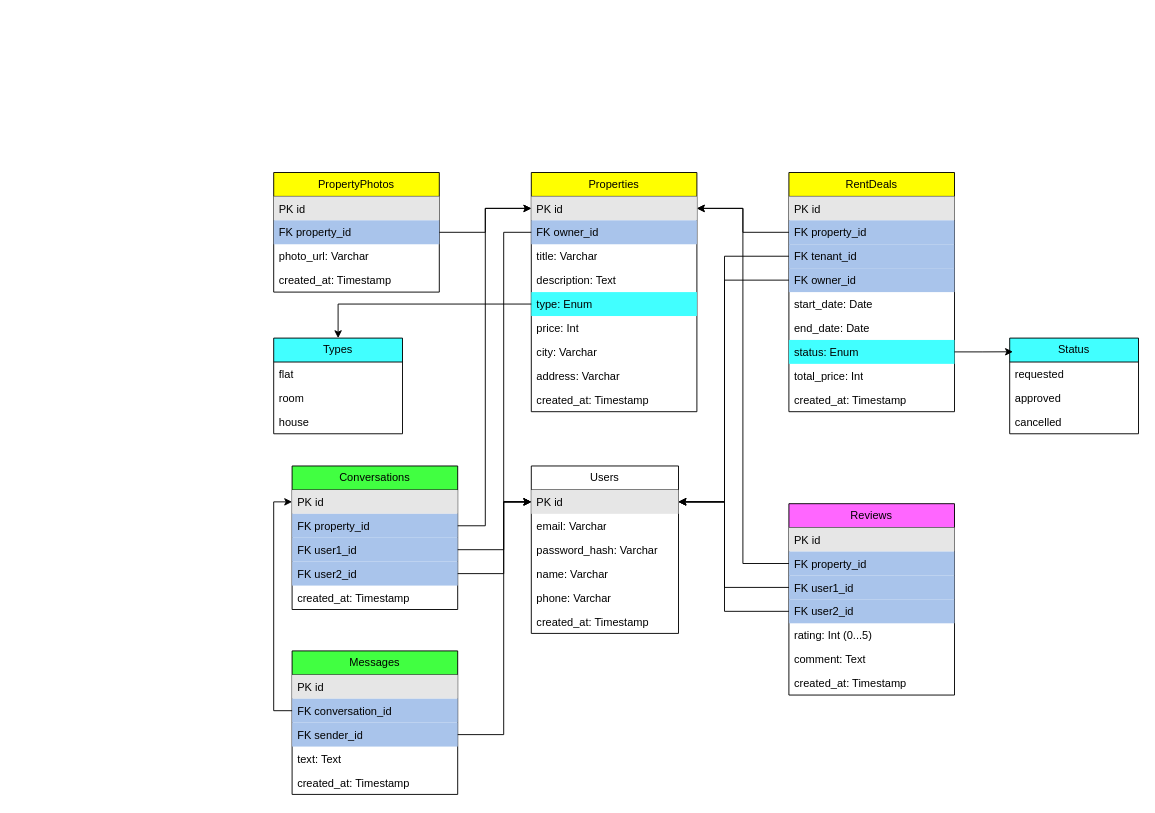
The draw.io diagram БР2.2/Зарецкий Юрий/homeworks/hw1/БР-БД.drawio in DianaKlapneva/ITMO-ACS-Backend-2026-C, before the edit. Source tidied: cells renumbered, new cells numbered last; positions are measured from the earlier drawing's top-left corner, leaving out a move shared by most shapes. Both pictures are drawn from the tidied source at 92%, with x=0, y=0 at pixel (273, 172).
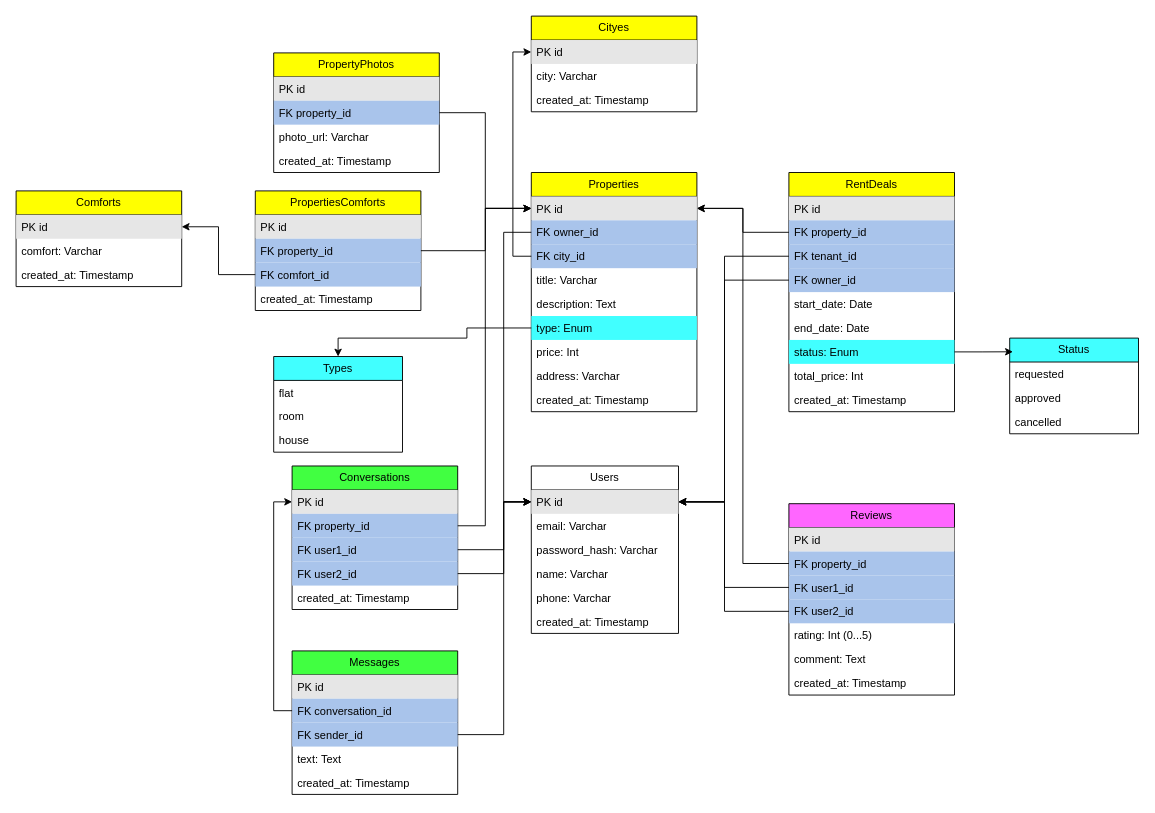
The same diagram, later.

Commit message (it also covers changes not shown here):
feat: Добавление таблиц городов и удобств

Unchanged cells that the change refers to:
```xml
<mxCell id="9" value="Properties" style="swimlane;fontStyle=0;horizontal=1;startSize=26;fillColor=#FFFF00;whiteSpace=wrap;html=1;" parent="1" vertex="1">
  <mxGeometry x="280" width="180" height="260" as="geometry" />
</mxCell>
<mxCell id="10" value="PK id" style="text;strokeColor=none;fillColor=#E6E6E6;align=left;verticalAlign=top;spacingLeft=4;spacingRight=4;overflow=hidden;points=[[0,0.5],[1,0.5]];portConstraint=eastwest;whiteSpace=wrap;html=1;" parent="9" vertex="1">
  <mxGeometry y="26" width="180" height="26" as="geometry" />
</mxCell>
```

The edit, as a diff of the source:
```diff
@@
+    <mxCell id="16" value="FK city_id" style="text;strokeColor=none;fillColor=#A9C4EB;align=left;verticalAlign=top;spacingLeft=4;spacingRight=4;overflow=hidden;points=[[0,0.5],[1,0.5]];portConstraint=eastwest;whiteSpace=wrap;html=1;" parent="9" vertex="1">
+      <mxGeometry y="78" width="180" height="26" as="geometry" />
+    </mxCell>
     <mxCell id="12" value="title: Varchar" style="text;strokeColor=none;fillColor=none;align=left;verticalAlign=top;spacingLeft=4;spacingRight=4;overflow=hidden;whiteSpace=wrap;html=1;" parent="9" vertex="1">
-      <mxGeometry y="78" width="180" height="26" as="geometry" />
+      <mxGeometry y="104" width="180" height="26" as="geometry" />
     </mxCell>
     <mxCell id="13" value="description: Text" style="text;strokeColor=none;fillColor=none;align=left;verticalAlign=top;spacingLeft=4;spacingRight=4;overflow=hidden;whiteSpace=wrap;html=1;" parent="9" vertex="1">
-      <mxGeometry y="104" width="180" height="26" as="geometry" />
+      <mxGeometry y="130" width="180" height="26" as="geometry" />
     </mxCell>
     <mxCell id="14" value="type: Enum" style="text;strokeColor=none;fillColor=#41FFFF;align=left;verticalAlign=top;spacingLeft=4;spacingRight=4;overflow=hidden;points=[[0,0.5],[1,0.5]];portConstraint=eastwest;whiteSpace=wrap;html=1;" parent="9" vertex="1">
-      <mxGeometry y="130" width="180" height="26" as="geometry" />
+      <mxGeometry y="156" width="180" height="26" as="geometry" />
     </mxCell>
     <mxCell id="15" value="price: Int" style="text;strokeColor=none;fillColor=none;align=left;verticalAlign=top;spacingLeft=4;spacingRight=4;overflow=hidden;whiteSpace=wrap;html=1;" parent="9" vertex="1">
-      <mxGeometry y="156" width="180" height="26" as="geometry" />
+      <mxGeometry y="182" width="180" height="26" as="geometry" />
     </mxCell>
-    <mxCell id="16" value="city: Varchar" style="text;strokeColor=none;fillColor=none;align=left;verticalAlign=top;spacingLeft=4;spacingRight=4;overflow=hidden;points=[[0,0.5],[1,0.5]];portConstraint=eastwest;whiteSpace=wrap;html=1;" parent="9" vertex="1">
-      <mxGeometry y="182" width="180" height="26" as="geometry" />
-    </mxCell>
@@
     <mxCell id="19" value="PropertyPhotos" style="swimlane;fontStyle=0;horizontal=1;startSize=26;fillColor=#FFFF00;whiteSpace=wrap;html=1;" parent="1" vertex="1">
-      <mxGeometry width="180" height="130" as="geometry" />
+      <mxGeometry y="-130" width="180" height="130" as="geometry" />
     </mxCell>
@@
     <mxCell id="67" value="Types" style="swimlane;fontStyle=0;horizontal=1;startSize=26;fillColor=#41FFFF;whiteSpace=wrap;html=1;" parent="1" vertex="1">
-      <mxGeometry y="180" width="140" height="104" as="geometry" />
+      <mxGeometry y="200" width="140" height="104" as="geometry" />
     </mxCell>
@@
-    <mxCell id="76" style="edgeStyle=orthogonalEdgeStyle;rounded=0;jettySize=auto;html=1;entryX=0.5;entryY=0;entryDx=0;entryDy=0;" parent="1" edge="1" source="14" target="67">
-      <mxGeometry relative="1" as="geometry" />
+    <mxCell id="76" style="edgeStyle=orthogonalEdgeStyle;rounded=0;jettySize=auto;html=1;entryX=0.5;entryY=0;entryDx=0;entryDy=0;exitX=0;exitY=0.5;exitDx=0;exitDy=0;" parent="1" edge="1" source="14" target="67">
+      <mxGeometry relative="1" as="geometry">
+        <Array as="points">
+          <mxPoint x="210" y="169" />
+          <mxPoint x="210" y="180" />
+          <mxPoint x="70" y="180" />
+        </Array>
+      </mxGeometry>
     </mxCell>
+    <mxCell id="77" value="Cityes" style="swimlane;fontStyle=0;horizontal=1;startSize=26;fillColor=#FFFF00;whiteSpace=wrap;html=1;" parent="1" vertex="1">
+      <mxGeometry x="280" y="-170" width="180" height="104" as="geometry" />
+    </mxCell>
+    <mxCell id="78" value="PK id" style="text;strokeColor=none;fillColor=#E6E6E6;align=left;verticalAlign=top;spacingLeft=4;spacingRight=4;overflow=hidden;points=[[0,0.5],[1,0.5]];portConstraint=eastwest;whiteSpace=wrap;html=1;" parent="77" vertex="1">
+      <mxGeometry y="26" width="180" height="26" as="geometry" />
+    </mxCell>
+    <mxCell id="79" value="city: Varchar" style="text;strokeColor=none;fillColor=none;align=left;verticalAlign=top;spacingLeft=4;spacingRight=4;overflow=hidden;whiteSpace=wrap;html=1;" parent="77" vertex="1">
+      <mxGeometry y="52" width="180" height="26" as="geometry" />
+    </mxCell>
+    <mxCell id="80" value="created_at: Timestamp" style="text;strokeColor=none;fillColor=none;align=left;verticalAlign=top;spacingLeft=4;spacingRight=4;overflow=hidden;whiteSpace=wrap;html=1;" parent="77" vertex="1">
+      <mxGeometry y="78" width="180" height="26" as="geometry" />
+    </mxCell>
+    <mxCell id="81" style="edgeStyle=orthogonalEdgeStyle;rounded=0;jettySize=auto;html=1;entryX=0;entryY=0.5;entryDx=0;entryDy=0;" parent="1" edge="1" source="16" target="78">
+      <mxGeometry relative="1" as="geometry" />
+    </mxCell>
+    <mxCell id="82" value="PropertiesСomforts" style="swimlane;fontStyle=0;horizontal=1;startSize=26;fillColor=#FFFF00;whiteSpace=wrap;html=1;" parent="1" vertex="1">
+      <mxGeometry x="-20" y="20" width="180" height="130" as="geometry" />
+    </mxCell>
+    <mxCell id="83" value="PK id" style="text;strokeColor=none;fillColor=#E6E6E6;align=left;verticalAlign=top;spacingLeft=4;spacingRight=4;overflow=hidden;whiteSpace=wrap;html=1;" parent="82" vertex="1">
+      <mxGeometry y="26" width="180" height="26" as="geometry" />
+    </mxCell>
+    <mxCell id="84" value="FK&amp;nbsp;property_id" style="text;strokeColor=none;fillColor=#A9C4EB;align=left;verticalAlign=top;spacingLeft=4;spacingRight=4;overflow=hidden;points=[[0,0.5],[1,0.5]];portConstraint=eastwest;whiteSpace=wrap;html=1;" parent="82" vertex="1">
+      <mxGeometry y="52" width="180" height="26" as="geometry" />
+    </mxCell>
+    <mxCell id="85" value="FK comfort_id" style="text;strokeColor=none;fillColor=#A9C4EB;align=left;verticalAlign=top;spacingLeft=4;spacingRight=4;overflow=hidden;points=[[0,0.5],[1,0.5]];portConstraint=eastwest;whiteSpace=wrap;html=1;" parent="82" vertex="1">
+      <mxGeometry y="78" width="180" height="26" as="geometry" />
+    </mxCell>
+    <mxCell id="86" value="created_at: Timestamp" style="text;strokeColor=none;fillColor=none;align=left;verticalAlign=top;spacingLeft=4;spacingRight=4;overflow=hidden;whiteSpace=wrap;html=1;" parent="82" vertex="1">
+      <mxGeometry y="104" width="180" height="26" as="geometry" />
+    </mxCell>
+    <mxCell id="87" value="Сomforts" style="swimlane;fontStyle=0;horizontal=1;startSize=26;fillColor=#FFFF00;whiteSpace=wrap;html=1;" parent="1" vertex="1">
+      <mxGeometry x="-280" y="20" width="180" height="104" as="geometry" />
+    </mxCell>
+    <mxCell id="88" value="PK id" style="text;strokeColor=none;fillColor=#E6E6E6;align=left;verticalAlign=top;spacingLeft=4;spacingRight=4;overflow=hidden;points=[[0,0.5],[1,0.5]];portConstraint=eastwest;whiteSpace=wrap;html=1;" parent="87" vertex="1">
+      <mxGeometry y="26" width="180" height="26" as="geometry" />
+    </mxCell>
+    <mxCell id="89" value="comfort: Varchar" style="text;strokeColor=none;fillColor=none;align=left;verticalAlign=top;spacingLeft=4;spacingRight=4;overflow=hidden;whiteSpace=wrap;html=1;" parent="87" vertex="1">
+      <mxGeometry y="52" width="180" height="26" as="geometry" />
+    </mxCell>
+    <mxCell id="90" value="created_at: Timestamp" style="text;strokeColor=none;fillColor=none;align=left;verticalAlign=top;spacingLeft=4;spacingRight=4;overflow=hidden;whiteSpace=wrap;html=1;" parent="87" vertex="1">
+      <mxGeometry y="78" width="180" height="26" as="geometry" />
+    </mxCell>
+    <mxCell id="91" style="edgeStyle=orthogonalEdgeStyle;rounded=0;jettySize=auto;html=1;" parent="1" edge="1" source="85" target="88">
+      <mxGeometry relative="1" as="geometry" />
+    </mxCell>
+    <mxCell id="92" style="edgeStyle=orthogonalEdgeStyle;rounded=0;jettySize=auto;html=1;entryX=0;entryY=0.5;entryDx=0;entryDy=0;" parent="1" edge="1" source="84" target="10">
+      <mxGeometry relative="1" as="geometry">
+        <Array as="points">
+          <mxPoint x="230" y="85" />
+          <mxPoint x="230" y="39" />
+        </Array>
+      </mxGeometry>
+    </mxCell>
```
